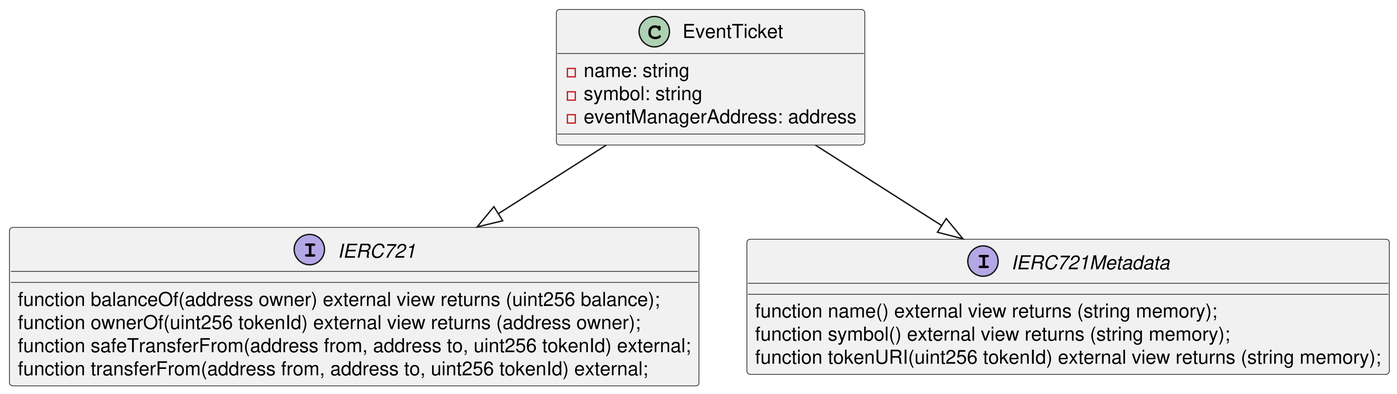
The PlantUML diagram img/event-ticket.png in ai-shift/cyber-valley-tickets, before a commit.
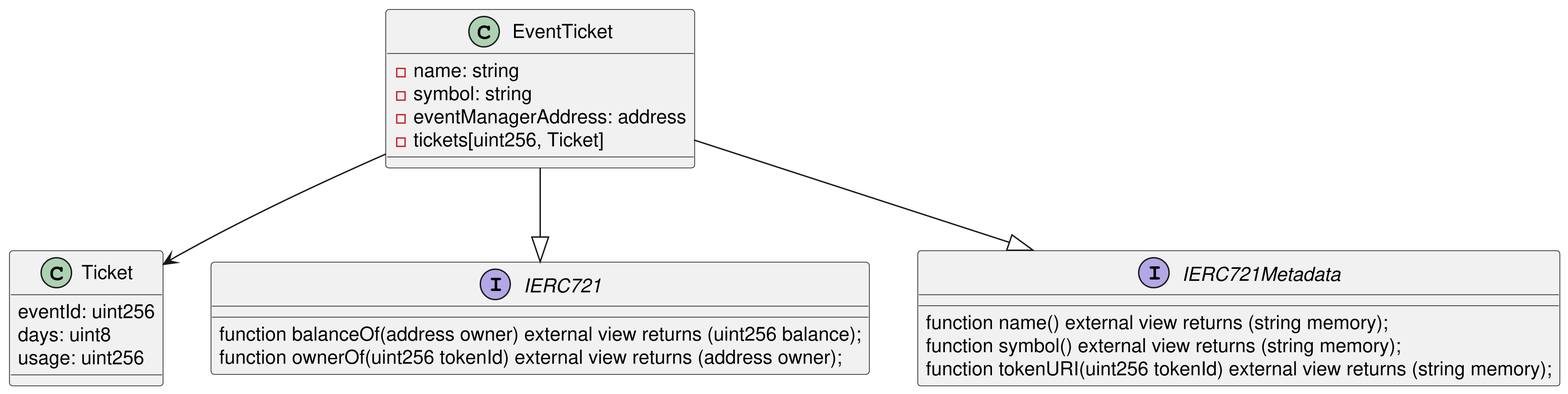
Above is the later version.

Commit message:
add: Backend & EventTicket NFT design

The edit, as a diff of the source:
```diff
@@ -4,12 +4,18 @@
   - name: string
   - symbol: string
   - eventManagerAddress: address
+  - tickets[uint256, Ticket]
 }
+
+class Ticket {
+  eventId: uint256
+  days: uint8
+  usage: uint256
+}
+
 interface IERC721 {
     function balanceOf(address owner) external view returns (uint256 balance);
     function ownerOf(uint256 tokenId) external view returns (address owner);
-    function safeTransferFrom(address from, address to, uint256 tokenId) external;
-    function transferFrom(address from, address to, uint256 tokenId) external;
 }
 
 interface IERC721Metadata {
@@ -18,6 +24,7 @@
     function tokenURI(uint256 tokenId) external view returns (string memory);
 }
 
+EventTicket --> Ticket
 EventTicket --|> IERC721
 EventTicket --|> IERC721Metadata
 @enduml
```
